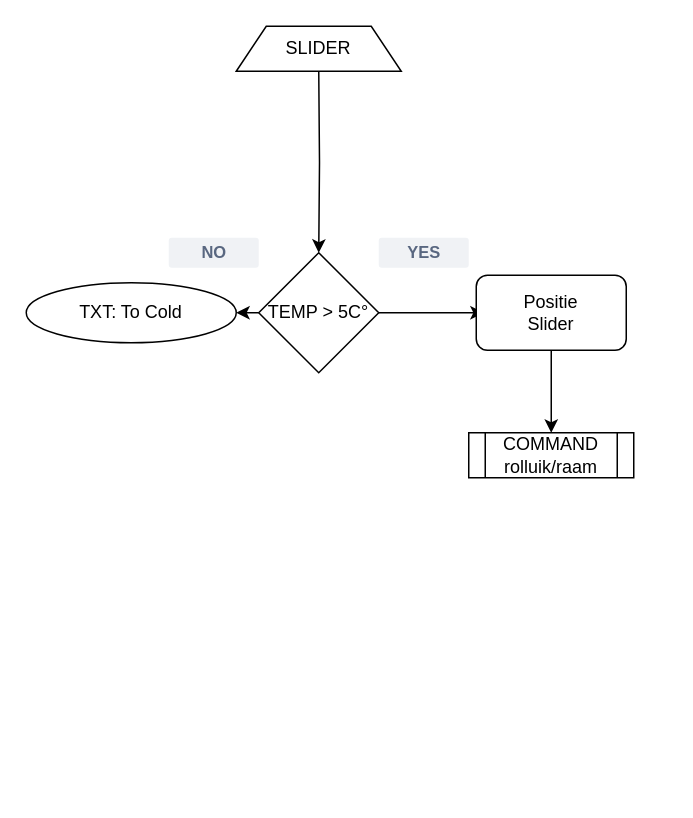
The draw.io diagram page "COMMAND rolluiken/raam" (3 of 3) of Untitled Diagram.drawio in barremans/barremans, before the edit. Source tidied: cells renumbered, new cells numbered last; positions are measured from the earlier drawing's top-left corner, leaving out a move shared by most shapes. Both pictures are drawn from the tidied source at 150%, with x=0, y=0 at pixel (26, 26).
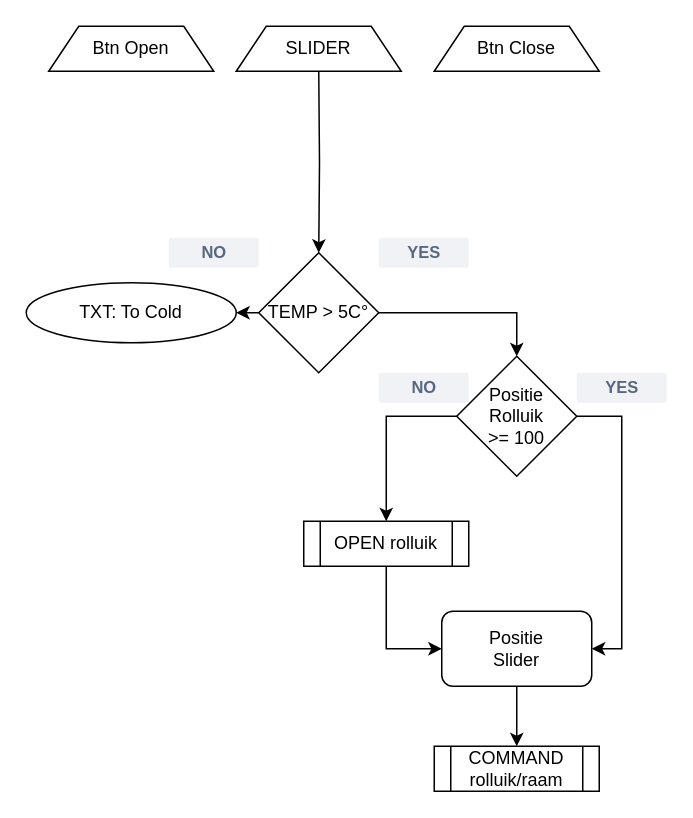
After the change.

Unchanged cells that the change refers to:
```xml
<mxCell id="4" value="TEMP &amp;gt; 5C°" style="rhombus;whiteSpace=wrap;html=1;" parent="1" vertex="1">
  <mxGeometry x="155" y="151" width="80" height="80" as="geometry" />
</mxCell>
```

Diff of the diagram source:
```diff
@@
-    <mxCell id="2" style="edgeStyle=orthogonalEdgeStyle;rounded=0;jettySize=auto;html=1;exitX=1;exitY=0.5;exitDx=0;exitDy=0;entryX=0;entryY=0.5;entryDx=0;entryDy=0;" parent="1" edge="1" source="4">
-      <mxGeometry relative="1" as="geometry">
-        <mxPoint x="305" y="191" as="targetPoint" />
-      </mxGeometry>
+    <mxCell id="2" style="edgeStyle=orthogonalEdgeStyle;rounded=0;jettySize=auto;html=1;exitX=1;exitY=0.5;exitDx=0;exitDy=0;entryX=0.5;entryY=0;entryDx=0;entryDy=0;" parent="1" edge="1" source="4" target="17">
+      <mxGeometry relative="1" as="geometry" />
     </mxCell>
@@
     <mxCell id="10" value="Positie&lt;div&gt;Slider&lt;/div&gt;" style="rounded=1;whiteSpace=wrap;html=1;" parent="1" vertex="1">
-      <mxGeometry x="300" y="166" width="100" height="50" as="geometry" />
+      <mxGeometry x="277" y="390" width="100" height="50" as="geometry" />
     </mxCell>
     <mxCell id="11" value="COMMAND rolluik/raam" style="shape=process;whiteSpace=wrap;html=1;backgroundOutline=1;" parent="1" vertex="1">
-      <mxGeometry x="295" y="271" width="110" height="30" as="geometry" />
+      <mxGeometry x="272" y="480" width="110" height="30" as="geometry" />
     </mxCell>
@@
+    <mxCell id="13" value="Btn Open" style="shape=trapezoid;perimeter=trapezoidPerimeter;whiteSpace=wrap;html=1;fixedSize=1;" parent="1" vertex="1">
+      <mxGeometry x="15" width="110" height="30" as="geometry" />
+    </mxCell>
+    <mxCell id="14" value="Btn Close" style="shape=trapezoid;perimeter=trapezoidPerimeter;whiteSpace=wrap;html=1;fixedSize=1;" parent="1" vertex="1">
+      <mxGeometry x="272" width="110" height="30" as="geometry" />
+    </mxCell>
+    <mxCell id="15" style="edgeStyle=orthogonalEdgeStyle;rounded=0;jettySize=auto;html=1;exitX=0;exitY=0.5;exitDx=0;exitDy=0;entryX=0.5;entryY=0;entryDx=0;entryDy=0;" parent="1" edge="1" source="17" target="19">
+      <mxGeometry relative="1" as="geometry" />
+    </mxCell>
+    <mxCell id="16" style="edgeStyle=orthogonalEdgeStyle;rounded=0;jettySize=auto;html=1;exitX=1;exitY=0.5;exitDx=0;exitDy=0;entryX=1;entryY=0.5;entryDx=0;entryDy=0;" parent="1" edge="1" source="17" target="10">
+      <mxGeometry relative="1" as="geometry" />
+    </mxCell>
+    <mxCell id="17" value="Positie&lt;div&gt;Rolluik&lt;/div&gt;&lt;div&gt;&amp;gt;= 100&lt;/div&gt;" style="rhombus;whiteSpace=wrap;html=1;" parent="1" vertex="1">
+      <mxGeometry x="287" y="220" width="80" height="80" as="geometry" />
+    </mxCell>
+    <mxCell id="18" style="edgeStyle=orthogonalEdgeStyle;rounded=0;jettySize=auto;html=1;exitX=0.5;exitY=1;exitDx=0;exitDy=0;entryX=0;entryY=0.5;entryDx=0;entryDy=0;" parent="1" edge="1" source="19" target="10">
+      <mxGeometry relative="1" as="geometry" />
+    </mxCell>
+    <mxCell id="19" value="OPEN rolluik" style="shape=process;whiteSpace=wrap;html=1;backgroundOutline=1;" parent="1" vertex="1">
+      <mxGeometry x="185" y="330" width="110" height="30" as="geometry" />
+    </mxCell>
+    <mxCell id="20" value="NO" style="dashed=0;html=1;fillColor=#F0F2F5;strokeColor=none;align=center;rounded=1;arcSize=10;fontColor=#596780;fontStyle=1;fontSize=11;shadow=0;" parent="1" vertex="1">
+      <mxGeometry x="235" y="231" width="60" height="20" as="geometry" />
+    </mxCell>
+    <mxCell id="21" value="&lt;div&gt;YES&lt;/div&gt;" style="dashed=0;html=1;fillColor=#F0F2F5;strokeColor=none;align=center;rounded=1;arcSize=10;fontColor=#596780;fontStyle=1;fontSize=11;shadow=0;" parent="1" vertex="1">
+      <mxGeometry x="367" y="231" width="60" height="20" as="geometry" />
+    </mxCell>
```
